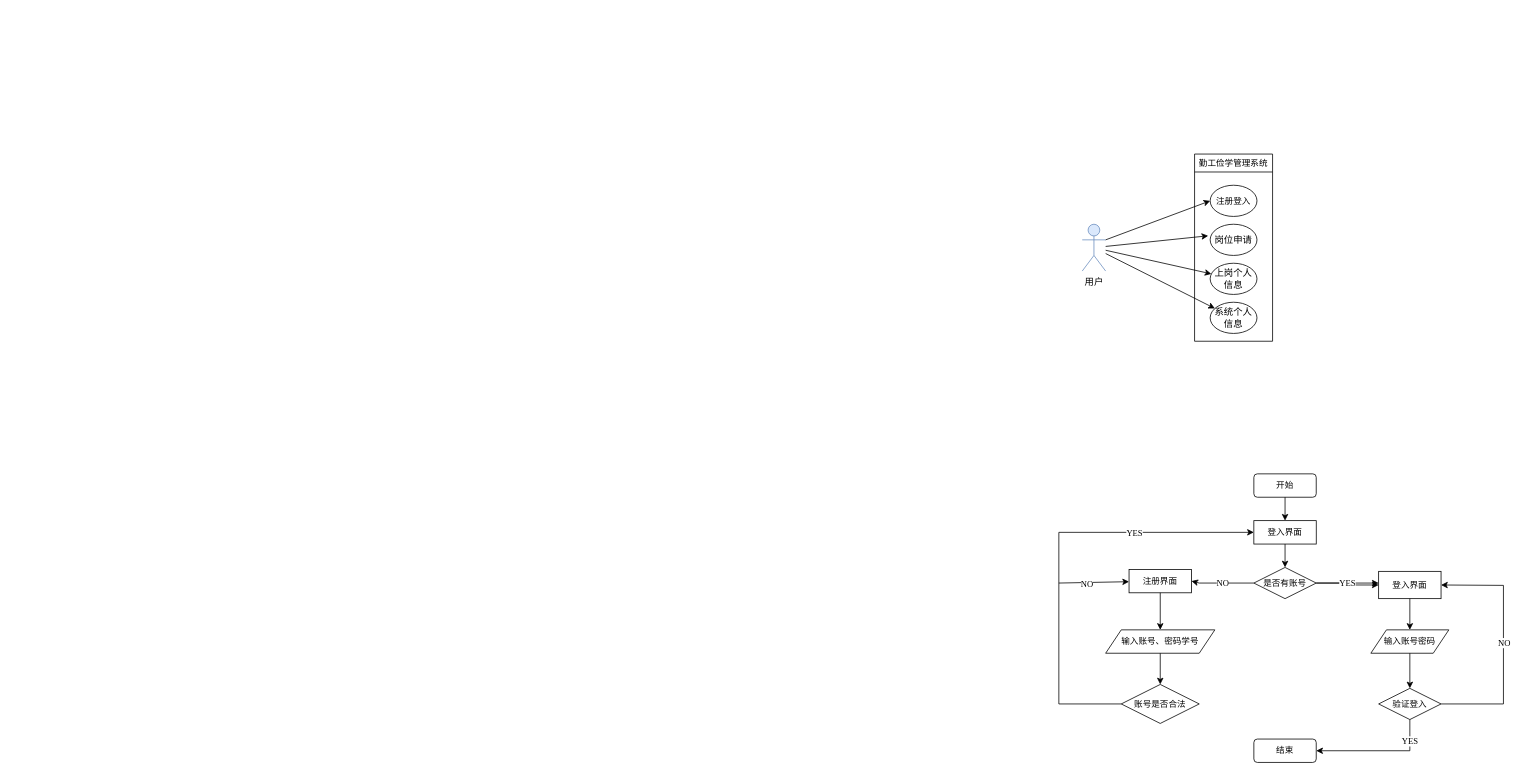
Above: 毕设软件.drawio in ztboxs/MySpringBootTools (draw.io), before the change. Source tidied: cells renumbered, new cells numbered last; positions are measured from the earlier drawing's top-left corner, leaving out a move shared by most shapes. Both pictures are drawn from the tidied source at 78%, with x=0, y=0 at pixel (1058, 154).
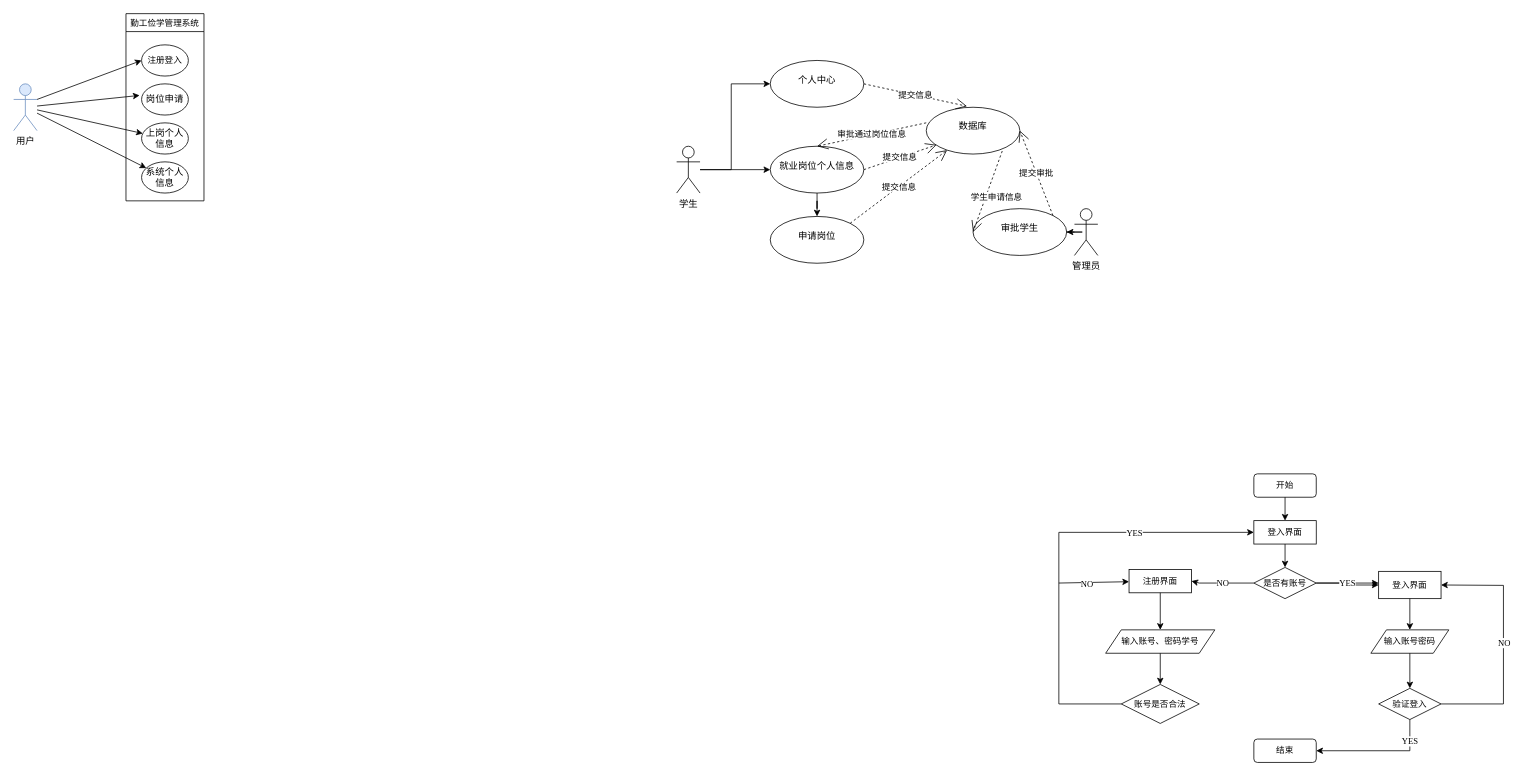
Above is the later version.

Commit message:
更新毕设软件.drawio

Unchanged cells that the change refers to:
```xml
<mxCell id="4" value="&lt;p style=&quot;line-height: 120%;&quot;&gt;&lt;font style=&quot;font-size: 11px;&quot;&gt;注册登入&lt;/font&gt;&lt;/p&gt;" style="ellipse;whiteSpace=wrap;html=1;" parent="3" vertex="1">
  <mxGeometry x="20" y="40" width="60" height="40" as="geometry" />
</mxCell>
```

Change to the diagram source:
```diff
@@
     <mxCell id="2" value="用户" style="shape=umlActor;verticalLabelPosition=bottom;verticalAlign=top;html=1;outlineConnect=0;fillColor=#dae8fc;strokeColor=#6c8ebf;" parent="1" vertex="1">
-      <mxGeometry x="30" y="90" width="30" height="60" as="geometry" />
+      <mxGeometry x="-1340" y="-90" width="30" height="60" as="geometry" />
     </mxCell>
     <mxCell id="3" value="&lt;span style=&quot;font-weight: 400;&quot;&gt;勤工俭学管理系统&lt;/span&gt;" style="swimlane;whiteSpace=wrap;html=1;fontFamily=Times New Roman;fontSize=11;" parent="1" vertex="1">
-      <mxGeometry x="174" width="100" height="240" as="geometry" />
+      <mxGeometry x="-1196" y="-180" width="100" height="240" as="geometry" />
     </mxCell>
@@
     <mxCell id="8" style="endArrow=classic;html=1;rounded=0;fontFamily=Times New Roman;fontSize=11;entryX=0;entryY=0.5;entryDx=0;entryDy=0;" parent="1" edge="1" target="4">
       <mxGeometry relative="1" as="geometry">
-        <mxPoint x="60" y="110" as="sourcePoint" />
+        <mxPoint x="-1310" y="-70" as="sourcePoint" />
       </mxGeometry>
     </mxCell>
@@
+    <mxCell id="39" style="edgeStyle=orthogonalEdgeStyle;rounded=0;jettySize=auto;html=1;" parent="1" edge="1" source="41" target="44">
+      <mxGeometry relative="1" as="geometry" />
+    </mxCell>
+    <mxCell id="40" style="edgeStyle=orthogonalEdgeStyle;rounded=0;jettySize=auto;html=1;" parent="1" edge="1" source="41" target="45">
+      <mxGeometry relative="1" as="geometry">
+        <Array as="points">
+          <mxPoint x="-420" y="20" />
+          <mxPoint x="-420" y="-90" />
+        </Array>
+      </mxGeometry>
+    </mxCell>
+    <mxCell id="41" value="学生" style="shape=umlActor;verticalLabelPosition=bottom;verticalAlign=top;html=1;outlineConnect=0;" parent="1" vertex="1">
+      <mxGeometry x="-490" y="-10" width="30" height="60" as="geometry" />
+    </mxCell>
+    <mxCell id="42" value="&lt;pre&gt;数据库&lt;/pre&gt;" style="ellipse;whiteSpace=wrap;html=1;verticalAlign=top;" parent="1" vertex="1">
+      <mxGeometry x="-170" y="-60" width="120" height="60" as="geometry" />
+    </mxCell>
+    <mxCell id="43" style="edgeStyle=orthogonalEdgeStyle;rounded=0;jettySize=auto;html=1;" parent="1" edge="1" source="44" target="48">
+      <mxGeometry relative="1" as="geometry" />
+    </mxCell>
+    <mxCell id="44" value="&lt;pre style=&quot;&quot;&gt;&lt;span style=&quot;background-color: initial; font-family: Helvetica; white-space: normal;&quot;&gt;就业岗位个人信息&lt;/span&gt;&lt;br&gt;&lt;/pre&gt;" style="ellipse;whiteSpace=wrap;html=1;verticalAlign=top;align=center;" parent="1" vertex="1">
+      <mxGeometry x="-370" y="-10" width="120" height="60" as="geometry" />
+    </mxCell>
+    <mxCell id="45" value="&lt;pre&gt;&lt;span style=&quot;background-color: initial;&quot;&gt;个人中心&lt;/span&gt;&lt;/pre&gt;" style="ellipse;whiteSpace=wrap;html=1;verticalAlign=top;align=center;" parent="1" vertex="1">
+      <mxGeometry x="-370" y="-120" width="120" height="60" as="geometry" />
+    </mxCell>
+    <mxCell id="46" value="提交信息" style="endArrow=open;endSize=12;dashed=1;html=1;rounded=0;exitX=1;exitY=0.5;exitDx=0;exitDy=0;entryX=0.436;entryY=-0.021;entryDx=0;entryDy=0;entryPerimeter=0;" parent="1" edge="1" source="45" target="42">
+      <mxGeometry relative="1" as="geometry" />
+    </mxCell>
+    <mxCell id="47" value="提交信息" style="endArrow=open;endSize=12;dashed=1;html=1;rounded=0;exitX=1;exitY=0.5;exitDx=0;exitDy=0;entryX=0.11;entryY=0.804;entryDx=0;entryDy=0;entryPerimeter=0;" parent="1" edge="1" source="44" target="42">
+      <mxGeometry relative="1" as="geometry" />
+    </mxCell>
+    <mxCell id="48" value="&lt;pre&gt;申请岗位&lt;/pre&gt;" style="ellipse;whiteSpace=wrap;html=1;verticalAlign=top;" parent="1" vertex="1">
+      <mxGeometry x="-370" y="80" width="120" height="60" as="geometry" />
+    </mxCell>
+    <mxCell id="49" value="提交信息" style="endArrow=open;endSize=12;dashed=1;html=1;rounded=0;exitX=1;exitY=0;exitDx=0;exitDy=0;" parent="1" edge="1" source="48" target="42">
+      <mxGeometry relative="1" as="geometry" />
+    </mxCell>
+    <mxCell id="50" style="edgeStyle=orthogonalEdgeStyle;rounded=0;jettySize=auto;html=1;" parent="1" edge="1" source="51" target="52">
+      <mxGeometry relative="1" as="geometry" />
+    </mxCell>
+    <mxCell id="51" value="管理员" style="shape=umlActor;verticalLabelPosition=bottom;verticalAlign=top;html=1;" parent="1" vertex="1">
+      <mxGeometry x="20" y="70" width="30" height="60" as="geometry" />
+    </mxCell>
+    <mxCell id="52" value="&lt;pre&gt;审批学生&lt;/pre&gt;" style="ellipse;whiteSpace=wrap;html=1;verticalAlign=top;" parent="1" vertex="1">
+      <mxGeometry x="-110" y="70" width="120" height="60" as="geometry" />
+    </mxCell>
+    <mxCell id="53" value="学生申请信息" style="endArrow=open;endSize=12;dashed=1;html=1;rounded=0;exitX=0.812;exitY=0.935;exitDx=0;exitDy=0;exitPerimeter=0;entryX=0;entryY=0.5;entryDx=0;entryDy=0;" parent="1" edge="1" source="42" target="52">
+      <mxGeometry x="0.05" y="13" relative="1" as="geometry" />
+    </mxCell>
+    <mxCell id="54" value="提交审批" style="endArrow=open;endSize=12;dashed=1;html=1;rounded=0;exitX=1;exitY=0;exitDx=0;exitDy=0;entryX=1;entryY=0.5;entryDx=0;entryDy=0;" parent="1" edge="1" source="52" target="42">
+      <mxGeometry relative="1" as="geometry" />
+    </mxCell>
+    <mxCell id="55" value="审批通过岗位信息" style="endArrow=open;endSize=12;dashed=1;html=1;rounded=0;exitX=0;exitY=0.333;exitDx=0;exitDy=0;entryX=0.5;entryY=0;entryDx=0;entryDy=0;exitPerimeter=0;" parent="1" edge="1" source="42" target="44">
+      <mxGeometry relative="1" as="geometry" />
+    </mxCell>
```
